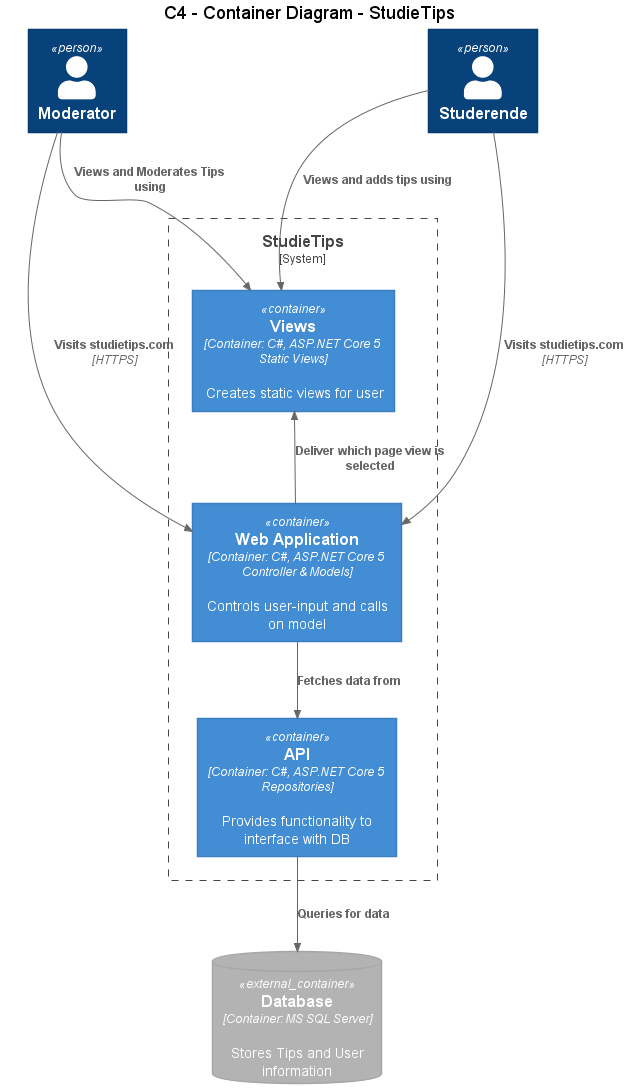
Earlier version of the PlantUML export out/C4/C4-Level2/container/Container Diagram.png (I4PRJ4/I4PRJ4-plantuml).
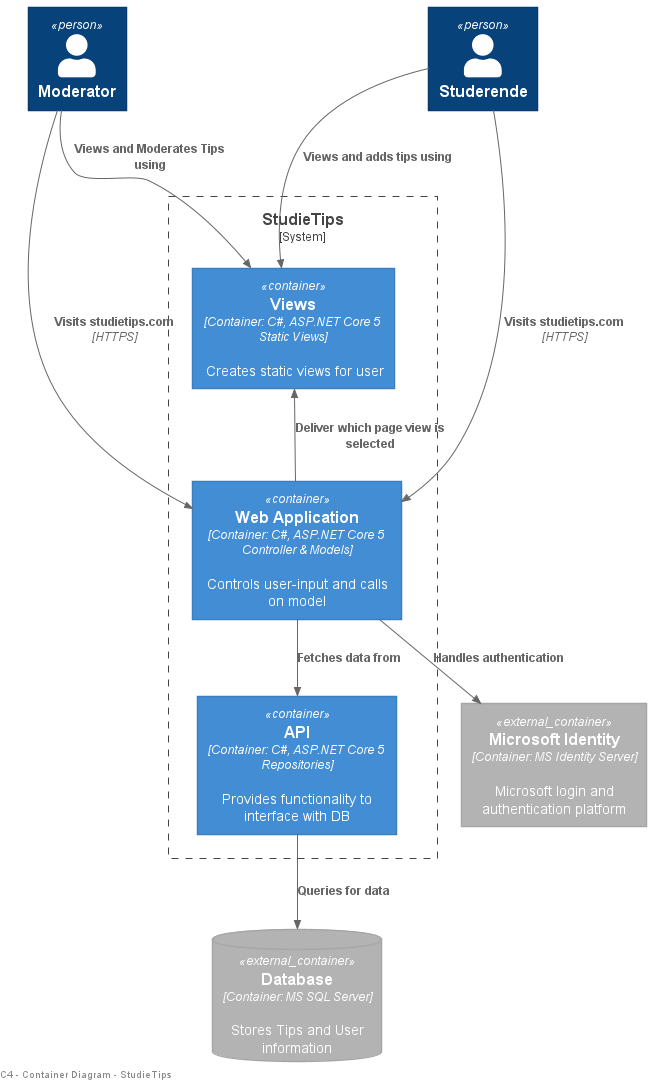
Above is the later version.

The edit, as a diff of the source:
```diff
@@ -1,9 +1,7 @@
 @startuml Container Diagram
 !include <C4/C4_Container>
 
-
-title C4 - Container Diagram - StudieTips
-
+left footer C4 - Container Diagram - StudieTips
 
 Person(Moderator, "Moderator")
 Person(User, "Studerende")
@@ -14,6 +12,7 @@
     Container(API, "API", "Container: C#, ASP.NET Core 5 Repositories", "Provides functionality to interface with DB")
 }
 ContainerDb_Ext(Database, "Database","Container: MS SQL Server","Stores Tips and User information")
+Container_Ext(MSI, "Microsoft Identity","Container: MS Identity Server","Microsoft login and authentication platform")
 
 Lay_D(User,c1)
 Lay_D(Moderator,c1)
@@ -31,6 +30,7 @@
 Rel(WebApplication,API, "Fetches data from")
 
 Rel(API,Database, "Queries for data")
+Rel(WebApplication,MSI, "Handles authentication")
 
 
 
```
